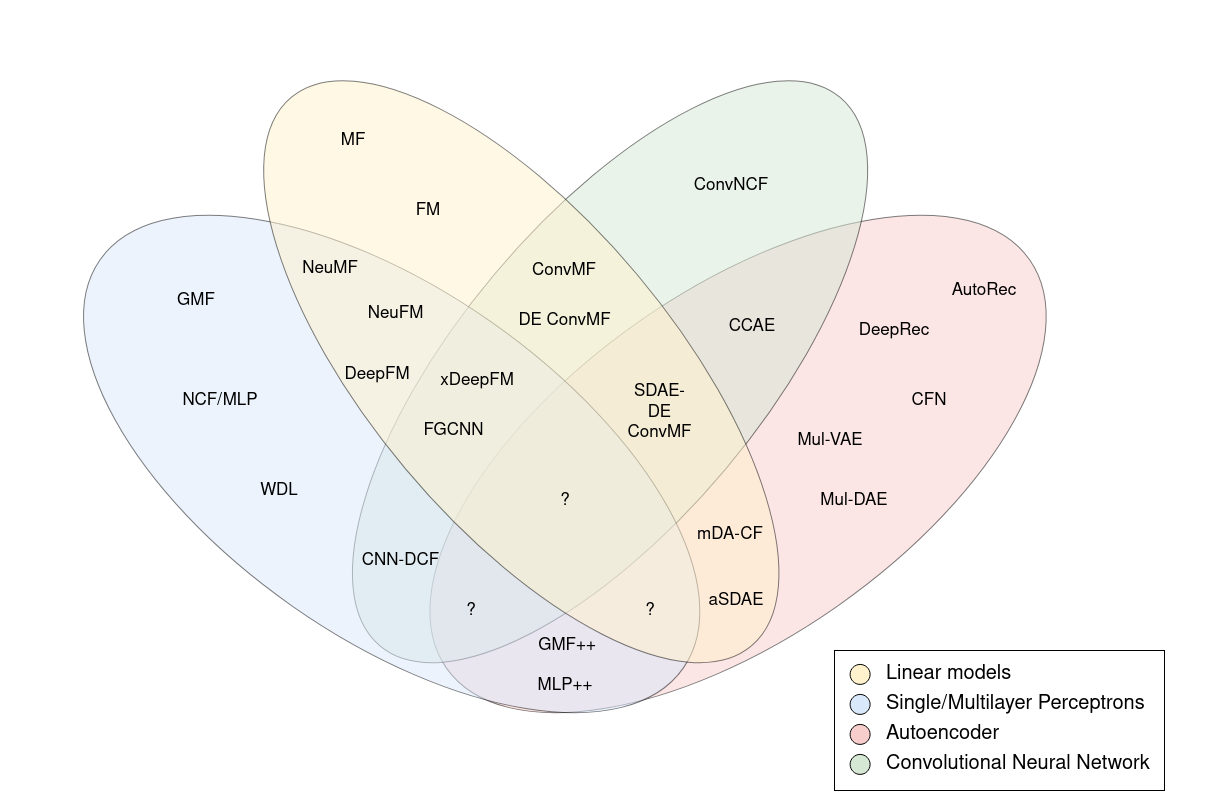
Above: asset/venn_diagram.png in KyleOng/starreco (draw.io), before the change. Source tidied: cells renumbered, new cells last; positions are measured from the earlier drawing's top-left corner, leaving out a move shared by most shapes.
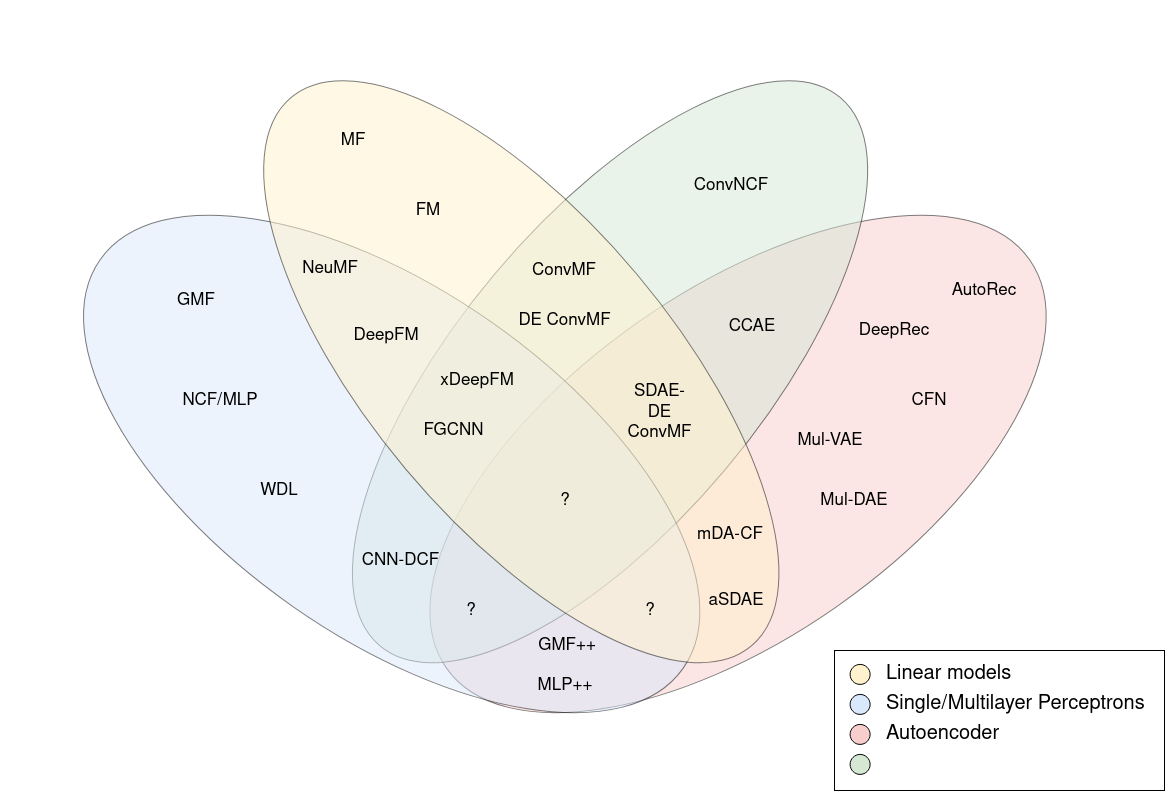
The same file after the commit.

Commit message:
Update venn diagram

Change to the diagram source:
```diff
@@ -42,88 +42,82 @@
       <mxGeometry x="256.6" y="127.5" width="76.4" height="40" as="geometry" />
     </mxCell>
     <mxCell id="15" value="&lt;font style=&quot;font-size: 17px;&quot;&gt;DeepFM&lt;/font&gt;" style="text;html=1;strokeColor=none;fillColor=none;align=center;verticalAlign=middle;whiteSpace=wrap;rounded=0;fontSize=17;fontStyle=0;" parent="1" vertex="1">
-      <mxGeometry x="292" y="231.2" width="100" height="45" as="geometry" />
+      <mxGeometry x="301" y="192.6" width="100" height="45" as="geometry" />
     </mxCell>
-    <mxCell id="16" value="NeuFM" style="text;html=1;strokeColor=none;fillColor=none;align=center;verticalAlign=middle;whiteSpace=wrap;rounded=0;fontSize=17;fontStyle=0;" parent="1" vertex="1">
-      <mxGeometry x="313.7" y="167.5" width="92.5" height="50" as="geometry" />
+    <mxCell id="16" value="ConvMF" style="text;html=1;strokeColor=none;fillColor=none;align=center;verticalAlign=middle;whiteSpace=wrap;rounded=0;fontSize=17;fontStyle=0;" parent="1" vertex="1">
+      <mxGeometry x="489" y="120" width="80" height="60" as="geometry" />
     </mxCell>
-    <mxCell id="17" value="ConvMF" style="text;html=1;strokeColor=none;fillColor=none;align=center;verticalAlign=middle;whiteSpace=wrap;rounded=0;fontSize=17;fontStyle=0;" parent="1" vertex="1">
-      <mxGeometry x="489" y="120" width="80" height="60" as="geometry" />
+    <mxCell id="17" value="GMF++" style="text;html=1;strokeColor=none;fillColor=none;align=center;verticalAlign=middle;whiteSpace=wrap;rounded=0;fontSize=17;fontStyle=0;" parent="1" vertex="1">
+      <mxGeometry x="492" y="505" width="80" height="40" as="geometry" />
     </mxCell>
-    <mxCell id="18" value="GMF++" style="text;html=1;strokeColor=none;fillColor=none;align=center;verticalAlign=middle;whiteSpace=wrap;rounded=0;fontSize=17;fontStyle=0;" parent="1" vertex="1">
-      <mxGeometry x="492" y="505" width="80" height="40" as="geometry" />
+    <mxCell id="18" value="&lt;span class=&quot;aCOpRe&quot; style=&quot;font-size: 17px;&quot;&gt;&lt;span style=&quot;font-size: 17px;&quot;&gt;mDA-CF&lt;/span&gt;&lt;/span&gt;" style="text;html=1;strokeColor=none;fillColor=none;align=center;verticalAlign=middle;whiteSpace=wrap;rounded=0;fontSize=17;fontStyle=0;" parent="1" vertex="1">
+      <mxGeometry x="660.5" y="393.8" width="67.9" height="40" as="geometry" />
     </mxCell>
-    <mxCell id="19" value="&lt;span class=&quot;aCOpRe&quot; style=&quot;font-size: 17px;&quot;&gt;&lt;span style=&quot;font-size: 17px;&quot;&gt;mDA-CF&lt;/span&gt;&lt;/span&gt;" style="text;html=1;strokeColor=none;fillColor=none;align=center;verticalAlign=middle;whiteSpace=wrap;rounded=0;fontSize=17;fontStyle=0;" parent="1" vertex="1">
-      <mxGeometry x="660.5" y="393.8" width="67.9" height="40" as="geometry" />
+    <mxCell id="19" value="&lt;font style=&quot;font-size: 17px;&quot;&gt;xDeepFM&lt;/font&gt;" style="text;html=1;strokeColor=none;fillColor=none;align=center;verticalAlign=middle;whiteSpace=wrap;rounded=0;fontSize=17;fontStyle=0;" parent="1" vertex="1">
+      <mxGeometry x="392" y="237.6" width="100" height="45" as="geometry" />
     </mxCell>
-    <mxCell id="20" value="&lt;font style=&quot;font-size: 17px;&quot;&gt;xDeepFM&lt;/font&gt;" style="text;html=1;strokeColor=none;fillColor=none;align=center;verticalAlign=middle;whiteSpace=wrap;rounded=0;fontSize=17;fontStyle=0;" parent="1" vertex="1">
-      <mxGeometry x="392" y="237.6" width="100" height="45" as="geometry" />
+    <mxCell id="20" value="CNN-DCF" style="text;html=1;align=center;verticalAlign=middle;fontSize=17;fontStyle=0;" parent="1" vertex="1">
+      <mxGeometry x="320" y="425" width="90" height="30" as="geometry" />
     </mxCell>
-    <mxCell id="21" value="CNN-DCF" style="text;html=1;align=center;verticalAlign=middle;fontSize=17;fontStyle=0;" parent="1" vertex="1">
-      <mxGeometry x="320" y="425" width="90" height="30" as="geometry" />
+    <mxCell id="21" value="&lt;font style=&quot;font-size: 17px;&quot;&gt;FGCNN&lt;/font&gt;" style="text;html=1;align=center;verticalAlign=middle;fontSize=17;fontStyle=0;" parent="1" vertex="1">
+      <mxGeometry x="378" y="295" width="80" height="30" as="geometry" />
     </mxCell>
-    <mxCell id="22" value="&lt;font style=&quot;font-size: 17px;&quot;&gt;FGCNN&lt;/font&gt;" style="text;html=1;align=center;verticalAlign=middle;fontSize=17;fontStyle=0;" parent="1" vertex="1">
-      <mxGeometry x="378" y="295" width="80" height="30" as="geometry" />
+    <mxCell id="22" value="CCAE" style="text;html=1;strokeColor=none;fillColor=none;align=center;verticalAlign=middle;whiteSpace=wrap;rounded=0;fontSize=17;fontStyle=0;" parent="1" vertex="1">
+      <mxGeometry x="686.9" y="186.2" width="60" height="40" as="geometry" />
     </mxCell>
-    <mxCell id="23" value="CCAE" style="text;html=1;strokeColor=none;fillColor=none;align=center;verticalAlign=middle;whiteSpace=wrap;rounded=0;fontSize=17;fontStyle=0;" parent="1" vertex="1">
-      <mxGeometry x="686.9" y="186.2" width="60" height="40" as="geometry" />
+    <mxCell id="23" value="?" style="text;html=1;strokeColor=none;fillColor=none;align=center;verticalAlign=middle;whiteSpace=wrap;rounded=0;opacity=50;fontSize=17;fontStyle=0;" parent="1" vertex="1">
+      <mxGeometry x="510" y="370" width="40" height="20" as="geometry" />
     </mxCell>
-    <mxCell id="24" value="?" style="text;html=1;strokeColor=none;fillColor=none;align=center;verticalAlign=middle;whiteSpace=wrap;rounded=0;opacity=50;fontSize=17;fontStyle=0;" parent="1" vertex="1">
-      <mxGeometry x="510" y="370" width="40" height="20" as="geometry" />
+    <mxCell id="24" value="DE ConvMF" style="text;html=1;align=center;verticalAlign=middle;fontSize=17;fontStyle=0;" parent="1" vertex="1">
+      <mxGeometry x="474" y="185" width="110" height="30" as="geometry" />
     </mxCell>
-    <mxCell id="25" value="DE ConvMF" style="text;html=1;align=center;verticalAlign=middle;fontSize=17;fontStyle=0;" parent="1" vertex="1">
-      <mxGeometry x="474" y="185" width="110" height="30" as="geometry" />
+    <mxCell id="25" value="&lt;div style=&quot;font-size: 17px;&quot;&gt;&lt;font style=&quot;font-size: 17px;&quot;&gt;SDAE-DE&lt;/font&gt;&lt;/div&gt;&lt;div style=&quot;font-size: 17px;&quot;&gt;&lt;font style=&quot;font-size: 17px;&quot;&gt;ConvMF&lt;/font&gt;&lt;/div&gt;" style="text;whiteSpace=wrap;html=1;fontSize=17;align=center;fontStyle=0;" parent="1" vertex="1">
+      <mxGeometry x="591.1" y="255" width="66.9" height="45" as="geometry" />
     </mxCell>
-    <mxCell id="26" value="&lt;div style=&quot;font-size: 17px;&quot;&gt;&lt;font style=&quot;font-size: 17px;&quot;&gt;SDAE-DE&lt;/font&gt;&lt;/div&gt;&lt;div style=&quot;font-size: 17px;&quot;&gt;&lt;font style=&quot;font-size: 17px;&quot;&gt;ConvMF&lt;/font&gt;&lt;/div&gt;" style="text;whiteSpace=wrap;html=1;fontSize=17;align=center;fontStyle=0;" parent="1" vertex="1">
-      <mxGeometry x="591.1" y="255" width="66.9" height="45" as="geometry" />
+    <mxCell id="26" value="?" style="text;html=1;strokeColor=none;fillColor=none;align=center;verticalAlign=middle;whiteSpace=wrap;rounded=0;opacity=50;fontSize=17;fontStyle=0;" parent="1" vertex="1">
+      <mxGeometry x="595" y="480" width="40" height="20" as="geometry" />
     </mxCell>
     <mxCell id="27" value="?" style="text;html=1;strokeColor=none;fillColor=none;align=center;verticalAlign=middle;whiteSpace=wrap;rounded=0;opacity=50;fontSize=17;fontStyle=0;" parent="1" vertex="1">
-      <mxGeometry x="595" y="480" width="40" height="20" as="geometry" />
+      <mxGeometry x="416.2" y="480" width="40" height="20" as="geometry" />
     </mxCell>
-    <mxCell id="28" value="?" style="text;html=1;strokeColor=none;fillColor=none;align=center;verticalAlign=middle;whiteSpace=wrap;rounded=0;opacity=50;fontSize=17;fontStyle=0;" parent="1" vertex="1">
-      <mxGeometry x="416.2" y="480" width="40" height="20" as="geometry" />
+    <mxCell id="28" value="aSDAE" style="text;html=1;strokeColor=none;fillColor=none;align=center;verticalAlign=middle;whiteSpace=wrap;rounded=0;fontSize=17;fontStyle=0;" parent="1" vertex="1">
+      <mxGeometry x="660.5" y="460" width="80" height="40" as="geometry" />
     </mxCell>
-    <mxCell id="29" value="aSDAE" style="text;html=1;strokeColor=none;fillColor=none;align=center;verticalAlign=middle;whiteSpace=wrap;rounded=0;fontSize=17;fontStyle=0;" parent="1" vertex="1">
-      <mxGeometry x="660.5" y="460" width="80" height="40" as="geometry" />
+    <mxCell id="29" value="Mul-DAE" style="text;html=1;strokeColor=none;fillColor=none;align=center;verticalAlign=middle;whiteSpace=wrap;rounded=0;fontSize=17;fontStyle=0;" parent="1" vertex="1">
+      <mxGeometry x="779" y="360" width="80" height="40" as="geometry" />
     </mxCell>
-    <mxCell id="30" value="Mul-DAE" style="text;html=1;strokeColor=none;fillColor=none;align=center;verticalAlign=middle;whiteSpace=wrap;rounded=0;fontSize=17;fontStyle=0;" parent="1" vertex="1">
-      <mxGeometry x="779" y="360" width="80" height="40" as="geometry" />
+    <mxCell id="30" value="GMF" style="text;html=1;strokeColor=none;fillColor=none;align=center;verticalAlign=middle;whiteSpace=wrap;rounded=0;fontSize=17;fontStyle=0;" parent="1" vertex="1">
+      <mxGeometry x="91" y="160" width="140" height="40" as="geometry" />
     </mxCell>
-    <mxCell id="31" value="GMF" style="text;html=1;strokeColor=none;fillColor=none;align=center;verticalAlign=middle;whiteSpace=wrap;rounded=0;fontSize=17;fontStyle=0;" parent="1" vertex="1">
-      <mxGeometry x="91" y="160" width="140" height="40" as="geometry" />
+    <mxCell id="31" value="Mul-VAE" style="text;html=1;strokeColor=none;fillColor=none;align=center;verticalAlign=middle;whiteSpace=wrap;rounded=0;fontSize=17;fontStyle=0;" parent="1" vertex="1">
+      <mxGeometry x="754.6" y="300" width="80" height="40" as="geometry" />
     </mxCell>
-    <mxCell id="32" value="Mul-VAE" style="text;html=1;strokeColor=none;fillColor=none;align=center;verticalAlign=middle;whiteSpace=wrap;rounded=0;fontSize=17;fontStyle=0;" parent="1" vertex="1">
-      <mxGeometry x="754.6" y="300" width="80" height="40" as="geometry" />
+    <mxCell id="32" value="MLP++" style="text;html=1;strokeColor=none;fillColor=none;align=center;verticalAlign=middle;whiteSpace=wrap;rounded=0;fontSize=17;fontStyle=0;" parent="1" vertex="1">
+      <mxGeometry x="490" y="545" width="80" height="40" as="geometry" />
     </mxCell>
-    <mxCell id="33" value="MLP++" style="text;html=1;strokeColor=none;fillColor=none;align=center;verticalAlign=middle;whiteSpace=wrap;rounded=0;fontSize=17;fontStyle=0;" parent="1" vertex="1">
-      <mxGeometry x="490" y="545" width="80" height="40" as="geometry" />
+    <mxCell id="33" style="rounded=0;whiteSpace=wrap;html=1;fontSize=20;fontColor=#000000;" parent="1" vertex="1">
+      <mxGeometry x="799" y="530" width="330" height="140" as="geometry" />
     </mxCell>
-    <mxCell id="34" style="rounded=0;whiteSpace=wrap;html=1;fontSize=20;fontColor=#000000;" parent="1" vertex="1">
-      <mxGeometry x="799" y="530" width="330" height="140" as="geometry" />
+    <mxCell id="34" style="ellipse;whiteSpace=wrap;html=1;fontSize=20;fillColor=#fff2cc;" parent="1" vertex="1">
+      <mxGeometry x="814.6" y="543.9" width="20" height="20" as="geometry" />
     </mxCell>
-    <mxCell id="35" style="ellipse;whiteSpace=wrap;html=1;fontSize=20;fillColor=#fff2cc;" parent="1" vertex="1">
-      <mxGeometry x="814.6" y="543.9" width="20" height="20" as="geometry" />
+    <mxCell id="35" style="ellipse;whiteSpace=wrap;html=1;fontSize=20;fillColor=#dae8fc;" parent="1" vertex="1">
+      <mxGeometry x="814.6" y="573.9" width="20" height="20" as="geometry" />
     </mxCell>
-    <mxCell id="36" style="ellipse;whiteSpace=wrap;html=1;fontSize=20;fillColor=#dae8fc;" parent="1" vertex="1">
-      <mxGeometry x="814.6" y="573.9" width="20" height="20" as="geometry" />
+    <mxCell id="36" style="ellipse;whiteSpace=wrap;html=1;fontSize=20;fillColor=#f8cecc;" parent="1" vertex="1">
+      <mxGeometry x="814.6" y="603.9" width="20" height="20" as="geometry" />
     </mxCell>
-    <mxCell id="37" style="ellipse;whiteSpace=wrap;html=1;fontSize=20;fillColor=#f8cecc;" parent="1" vertex="1">
-      <mxGeometry x="814.6" y="603.9" width="20" height="20" as="geometry" />
+    <mxCell id="37" style="ellipse;whiteSpace=wrap;html=1;fontSize=20;fillColor=#d5e8d4;" parent="1" vertex="1">
+      <mxGeometry x="814.6" y="633.9" width="20" height="20" as="geometry" />
     </mxCell>
-    <mxCell id="38" style="ellipse;whiteSpace=wrap;html=1;fontSize=20;fillColor=#d5e8d4;" parent="1" vertex="1">
-      <mxGeometry x="814.6" y="633.9" width="20" height="20" as="geometry" />
+    <mxCell id="38" value="Linear models" style="text;html=1;strokeColor=none;fillColor=none;align=left;verticalAlign=middle;whiteSpace=wrap;rounded=0;fontSize=20;fontColor=#000000;" parent="1" vertex="1">
+      <mxGeometry x="849" y="543.9" width="130" height="20" as="geometry" />
     </mxCell>
-    <mxCell id="39" value="Linear models" style="text;html=1;strokeColor=none;fillColor=none;align=left;verticalAlign=middle;whiteSpace=wrap;rounded=0;fontSize=20;fontColor=#000000;" parent="1" vertex="1">
-      <mxGeometry x="849" y="543.9" width="130" height="20" as="geometry" />
+    <mxCell id="39" value="Single/Multilayer Perceptrons" style="text;html=1;strokeColor=none;fillColor=none;align=left;verticalAlign=middle;whiteSpace=wrap;rounded=0;fontSize=20;fontColor=#000000;" parent="1" vertex="1">
+      <mxGeometry x="849" y="573.9" width="270" height="20" as="geometry" />
     </mxCell>
-    <mxCell id="40" value="Single/Multilayer Perceptrons" style="text;html=1;strokeColor=none;fillColor=none;align=left;verticalAlign=middle;whiteSpace=wrap;rounded=0;fontSize=20;fontColor=#000000;" parent="1" vertex="1">
-      <mxGeometry x="849" y="573.9" width="270" height="20" as="geometry" />
+    <mxCell id="40" value="Autoencoder" style="text;html=1;strokeColor=none;fillColor=none;align=left;verticalAlign=middle;whiteSpace=wrap;rounded=0;fontSize=20;fontColor=#000000;" parent="1" vertex="1">
+      <mxGeometry x="849" y="603.9" width="130" height="20" as="geometry" />
     </mxCell>
-    <mxCell id="41" value="Autoencoder" style="text;html=1;strokeColor=none;fillColor=none;align=left;verticalAlign=middle;whiteSpace=wrap;rounded=0;fontSize=20;fontColor=#000000;" parent="1" vertex="1">
-      <mxGeometry x="849" y="603.9" width="130" height="20" as="geometry" />
-    </mxCell>
-    <mxCell id="42" value="Convolutional Neural Network" style="text;html=1;strokeColor=none;fillColor=none;align=left;verticalAlign=middle;whiteSpace=wrap;rounded=0;fontSize=20;fontColor=#000000;" parent="1" vertex="1">
-      <mxGeometry x="849" y="633.9" width="320" height="20" as="geometry" />
-    </mxCell>
   </root>
 </mxGraphModel>
```
